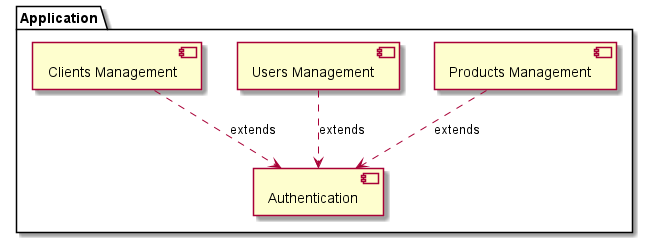
Before: diagrams/render/packages.png, a diagram exported from PlantUML (Xwyk/BileMo).
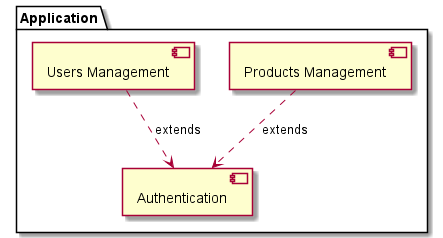
Later version of the same file.

Diff of the diagram source:
```diff
@@ -3,12 +3,10 @@
 package "Application" {
   [Products Management]
   [Users Management]
-  [Clients Management]
   [Authentication]
 }
 
 [Products Management] ..> [Authentication] : extends
 [Users Management] ..> [Authentication] : extends
-[Clients Management] ..> [Authentication] : extends
 
 @enduml
```
